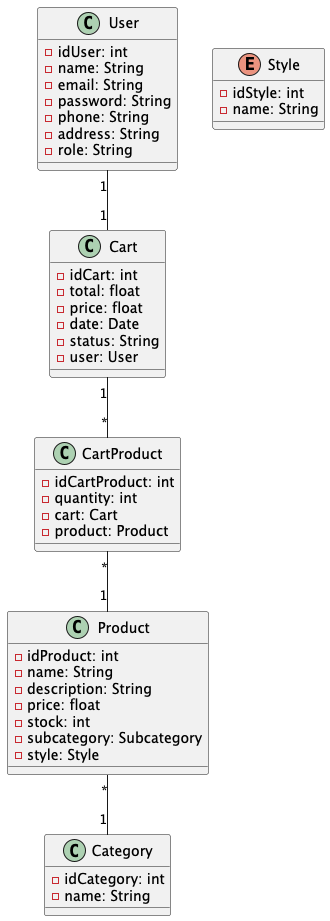
The PlantUML diagram docs/nibiru_home-uml.png in Nibiru-Home/tienda-back, before a commit.
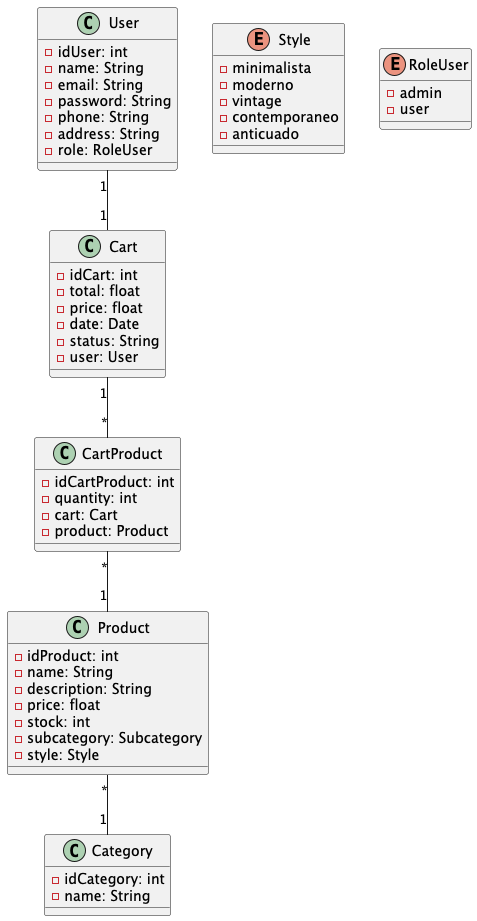
Later version of the same file.

Commit message:
docs(Nibiru-Home/sprints#1):Diagrama UML

The edit, as a diff of the source:
```diff
@@ -7,7 +7,7 @@
     -password: String
     -phone: String
     -address: String
-    -role: String
+    -role: RoleUser
 }
 
 
@@ -37,10 +37,7 @@
     -style: Style
 }
 
-enum Style {
-    -idStyle: int
-    -name: String
-}
+
 
 
 class Category {
@@ -48,6 +45,18 @@
     -name: String
 }
 
+enum Style {
+    - minimalista
+    - moderno
+    - vintage
+    - contemporaneo
+    - anticuado
+}
+
+enum RoleUser {
+    - admin
+    - user
+}
 
 User "1" -- "1" Cart
 Cart "1" -- "*" CartProduct
```
